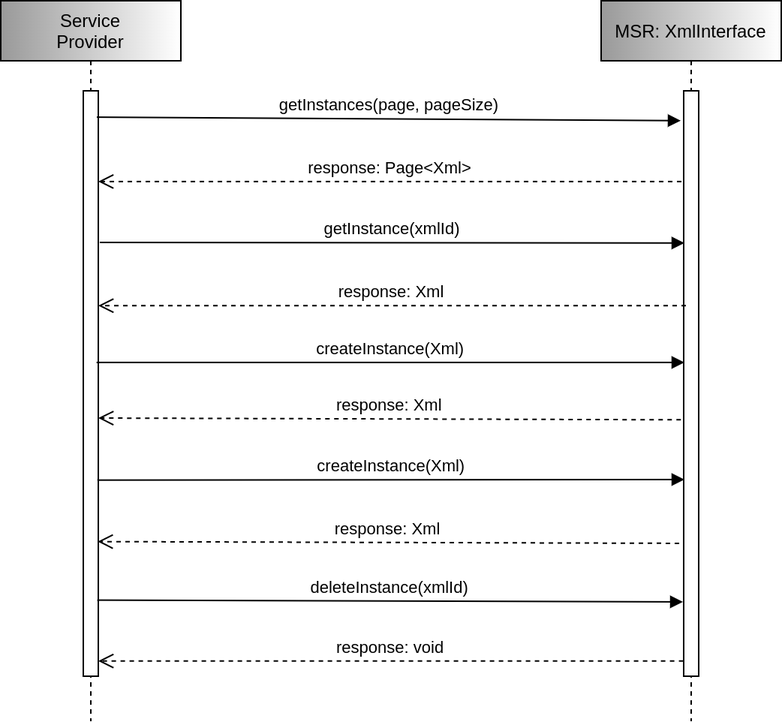
Before: materials/xmlintseqdiagram.drawio.png, a diagram exported from draw.io (maritimeconnectivity/g1128-msr-service-specification). Source tidied: cells renumbered, new cells last; positions are measured from the earlier drawing's top-left corner, leaving out a move shared by most shapes.
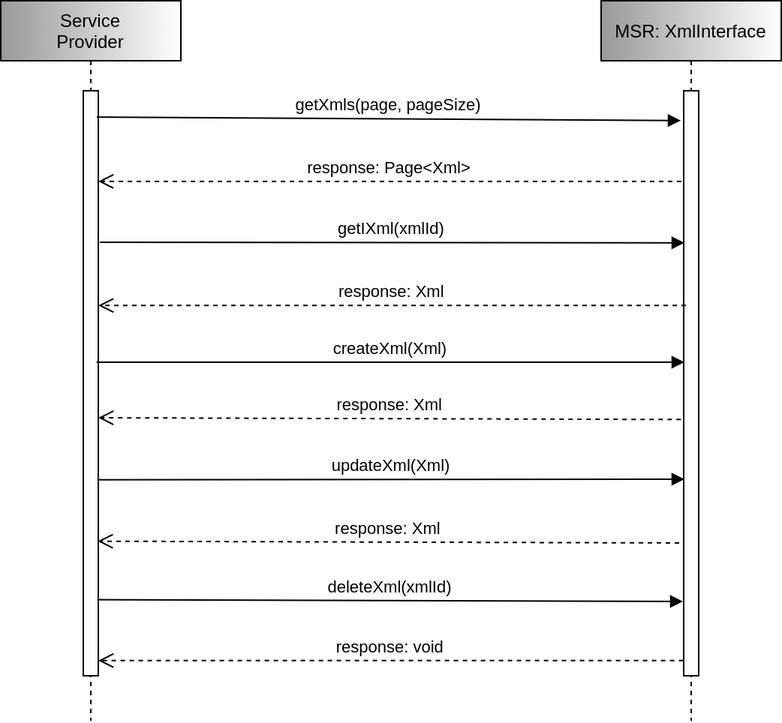
Above is the later version.

Change to the diagram source:
```diff
@@ -17,19 +17,19 @@
     <mxCell id="6" value="response: Page&lt;Xml&gt;" style="verticalAlign=bottom;endArrow=open;dashed=1;endSize=8;shadow=0;strokeWidth=1;exitX=-0.15;exitY=0.155;exitDx=0;exitDy=0;exitPerimeter=0;" parent="1" edge="1" source="5" target="3">
       <mxGeometry relative="1" as="geometry" />
     </mxCell>
-    <mxCell id="7" value="getInstances(page, pageSize)" style="verticalAlign=bottom;endArrow=block;entryX=-0.2;entryY=0.051;shadow=0;strokeWidth=1;exitX=0.9;exitY=0.045;exitDx=0;exitDy=0;exitPerimeter=0;entryDx=0;entryDy=0;entryPerimeter=0;" parent="1" edge="1" source="3" target="5">
+    <mxCell id="7" value="getXmls(page, pageSize)" style="verticalAlign=bottom;endArrow=block;entryX=-0.2;entryY=0.051;shadow=0;strokeWidth=1;exitX=0.9;exitY=0.045;exitDx=0;exitDy=0;exitPerimeter=0;entryDx=0;entryDy=0;entryPerimeter=0;" parent="1" edge="1" source="3" target="5">
       <mxGeometry relative="1" as="geometry" />
     </mxCell>
     <mxCell id="8" value="response: Xml" style="verticalAlign=bottom;endArrow=open;dashed=1;endSize=8;shadow=0;strokeWidth=1;exitX=0.15;exitY=0.367;exitDx=0;exitDy=0;exitPerimeter=0;" parent="1" edge="1" source="5" target="3">
       <mxGeometry relative="1" as="geometry" />
     </mxCell>
-    <mxCell id="9" value="getInstance(xmlId)" style="verticalAlign=bottom;endArrow=block;entryX=0.05;entryY=0.26;shadow=0;strokeWidth=1;exitX=1.1;exitY=0.259;exitDx=0;exitDy=0;exitPerimeter=0;entryDx=0;entryDy=0;entryPerimeter=0;" parent="1" edge="1" source="3" target="5">
+    <mxCell id="9" value="getIXml(xmlId)" style="verticalAlign=bottom;endArrow=block;entryX=0.05;entryY=0.26;shadow=0;strokeWidth=1;exitX=1.1;exitY=0.259;exitDx=0;exitDy=0;exitPerimeter=0;entryDx=0;entryDy=0;entryPerimeter=0;" parent="1" edge="1" source="3" target="5">
       <mxGeometry relative="1" as="geometry" />
     </mxCell>
     <mxCell id="10" value="response: Xml" style="verticalAlign=bottom;endArrow=open;dashed=1;endSize=8;shadow=0;strokeWidth=1;exitX=-0.186;exitY=0.562;exitDx=0;exitDy=0;exitPerimeter=0;entryX=1;entryY=0.559;entryDx=0;entryDy=0;entryPerimeter=0;" parent="1" edge="1" source="5" target="3">
       <mxGeometry relative="1" as="geometry" />
     </mxCell>
-    <mxCell id="11" value="createInstance(Xml)" style="verticalAlign=bottom;endArrow=block;shadow=0;strokeWidth=1;exitX=0.886;exitY=0.464;exitDx=0;exitDy=0;exitPerimeter=0;entryX=0.05;entryY=0.464;entryDx=0;entryDy=0;entryPerimeter=0;" parent="1" edge="1" source="3" target="5">
+    <mxCell id="11" value="createXml(Xml)" style="verticalAlign=bottom;endArrow=block;shadow=0;strokeWidth=1;exitX=0.886;exitY=0.464;exitDx=0;exitDy=0;exitPerimeter=0;entryX=0.05;entryY=0.464;entryDx=0;entryDy=0;entryPerimeter=0;" parent="1" edge="1" source="3" target="5">
       <mxGeometry relative="1" as="geometry" />
     </mxCell>
     <mxCell id="12" value="response: Xml" style="verticalAlign=bottom;endArrow=open;dashed=1;endSize=8;shadow=0;strokeWidth=1;entryX=0.96;entryY=0.77;entryDx=0;entryDy=0;entryPerimeter=0;exitX=-0.3;exitY=0.773;exitDx=0;exitDy=0;exitPerimeter=0;" parent="1" edge="1" source="5" target="3">
@@ -38,10 +38,10 @@
     <mxCell id="13" value="response: void" style="verticalAlign=bottom;endArrow=open;dashed=1;endSize=8;shadow=0;strokeWidth=1;exitX=-0.02;exitY=0.974;exitDx=0;exitDy=0;exitPerimeter=0;" parent="1" edge="1" source="5" target="3">
       <mxGeometry relative="1" as="geometry" />
     </mxCell>
-    <mxCell id="14" value="deleteInstance(xmlId)" style="verticalAlign=bottom;endArrow=block;shadow=0;strokeWidth=1;exitX=0.933;exitY=0.87;exitDx=0;exitDy=0;exitPerimeter=0;entryX=-0.05;entryY=0.873;entryDx=0;entryDy=0;entryPerimeter=0;" parent="1" edge="1" source="3" target="5">
+    <mxCell id="14" value="deleteXml(xmlId)" style="verticalAlign=bottom;endArrow=block;shadow=0;strokeWidth=1;exitX=0.933;exitY=0.87;exitDx=0;exitDy=0;exitPerimeter=0;entryX=-0.05;entryY=0.873;entryDx=0;entryDy=0;entryPerimeter=0;" parent="1" edge="1" source="3" target="5">
       <mxGeometry relative="1" as="geometry" />
     </mxCell>
-    <mxCell id="15" value="createInstance(Xml)" style="verticalAlign=bottom;endArrow=block;shadow=0;strokeWidth=1;entryX=0.05;entryY=0.664;entryDx=0;entryDy=0;entryPerimeter=0;exitX=0.94;exitY=0.665;exitDx=0;exitDy=0;exitPerimeter=0;" parent="1" edge="1" source="3" target="5">
+    <mxCell id="15" value="updateXml(Xml)" style="verticalAlign=bottom;endArrow=block;shadow=0;strokeWidth=1;entryX=0.05;entryY=0.664;entryDx=0;entryDy=0;entryPerimeter=0;exitX=0.94;exitY=0.665;exitDx=0;exitDy=0;exitPerimeter=0;" parent="1" edge="1" source="3" target="5">
       <mxGeometry relative="1" as="geometry" />
     </mxCell>
   </root>
```
